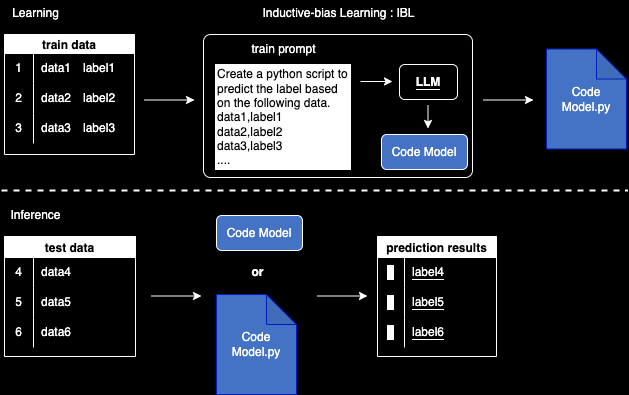
The draw.io diagram images/ibl.png in fuyu-quant/IBLM, before a commit. Source tidied: cells renumbered, new cells last; positions are measured from the earlier drawing's top-left corner, leaving out a move shared by most shapes.
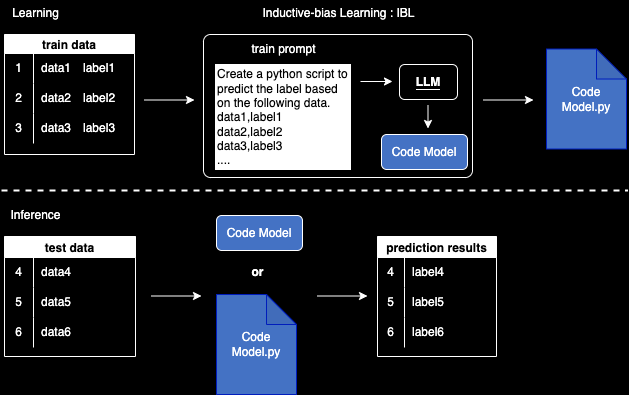
Later version of the same file.

What changed in the source:
```diff
@@ -86,31 +86,31 @@
     <mxCell id="27" value="prediction results" style="shape=table;startSize=21;rowLines=0;fontStyle=1;fontColor=#000000;labelBorderColor=none;labelBackgroundColor=none;strokeColor=#FFFFFF;" parent="1" vertex="1">
       <mxGeometry x="376" y="236" width="119" height="120" as="geometry" />
     </mxCell>
-    <mxCell id="28" style="shape=tableRow;horizontal=0;startSize=0;swimlaneHead=0;swimlaneBody=0;top=0;left=0;bottom=0;right=0;fillColor=none;strokeColor=#FFFFFF;fontColor=#FFFFFF;labelBorderColor=none;labelBackgroundColor=default;" parent="27" vertex="1">
+    <mxCell id="28" style="shape=tableRow;horizontal=0;startSize=0;swimlaneHead=0;swimlaneBody=0;top=0;left=0;bottom=0;right=0;fillColor=none;strokeColor=#FFFFFF;fontColor=#FFFFFF;labelBorderColor=none;labelBackgroundColor=none;" parent="27" vertex="1">
       <mxGeometry y="21" width="119" height="30" as="geometry" />
     </mxCell>
-    <mxCell id="29" value="&lt;font&gt;4&lt;/font&gt;" style="shape=partialRectangle;html=1;whiteSpace=wrap;fillColor=none;top=0;left=0;bottom=0;right=0;overflow=hidden;strokeColor=#FFFFFF;fontColor=#FFFFFF;labelBorderColor=none;labelBackgroundColor=default;" parent="28" vertex="1">
+    <mxCell id="29" value="&lt;font style=&quot;&quot;&gt;4&lt;/font&gt;" style="shape=partialRectangle;html=1;whiteSpace=wrap;fillColor=none;top=0;left=0;bottom=0;right=0;overflow=hidden;strokeColor=#FFFFFF;fontColor=#FFFFFF;labelBorderColor=none;labelBackgroundColor=none;" parent="28" vertex="1">
       <mxGeometry width="27" height="30" as="geometry" />
     </mxCell>
-    <mxCell id="30" value="&lt;font style=&quot;background-color: rgb(0, 0, 0);&quot;&gt;label4&lt;/font&gt;" style="shape=partialRectangle;html=1;whiteSpace=wrap;fillColor=none;top=0;left=0;bottom=0;right=0;align=left;spacingLeft=6;overflow=hidden;strokeColor=#FFFFFF;fontColor=#FFFFFF;labelBorderColor=none;labelBackgroundColor=default;" parent="28" vertex="1">
+    <mxCell id="30" value="&lt;font style=&quot;&quot;&gt;label4&lt;/font&gt;" style="shape=partialRectangle;html=1;whiteSpace=wrap;fillColor=none;top=0;left=0;bottom=0;right=0;align=left;spacingLeft=6;overflow=hidden;strokeColor=#FFFFFF;fontColor=#FFFFFF;labelBorderColor=none;labelBackgroundColor=none;" parent="28" vertex="1">
       <mxGeometry x="27" width="92" height="30" as="geometry" />
     </mxCell>
-    <mxCell id="31" style="shape=tableRow;horizontal=0;startSize=0;swimlaneHead=0;swimlaneBody=0;top=0;left=0;bottom=0;right=0;fillColor=none;strokeColor=#FFFFFF;fontColor=#FFFFFF;labelBorderColor=none;labelBackgroundColor=default;" parent="27" vertex="1">
+    <mxCell id="31" style="shape=tableRow;horizontal=0;startSize=0;swimlaneHead=0;swimlaneBody=0;top=0;left=0;bottom=0;right=0;fillColor=none;strokeColor=#FFFFFF;fontColor=#FFFFFF;labelBorderColor=none;labelBackgroundColor=none;" parent="27" vertex="1">
       <mxGeometry y="51" width="119" height="30" as="geometry" />
     </mxCell>
-    <mxCell id="32" value="&lt;font&gt;5&lt;/font&gt;" style="shape=partialRectangle;html=1;whiteSpace=wrap;fillColor=none;top=0;left=0;bottom=0;right=0;overflow=hidden;strokeColor=#FFFFFF;fontColor=#FFFFFF;labelBorderColor=none;labelBackgroundColor=default;" parent="31" vertex="1">
+    <mxCell id="32" value="&lt;font&gt;5&lt;/font&gt;" style="shape=partialRectangle;html=1;whiteSpace=wrap;fillColor=none;top=0;left=0;bottom=0;right=0;overflow=hidden;strokeColor=#FFFFFF;fontColor=#FFFFFF;labelBorderColor=none;labelBackgroundColor=none;" parent="31" vertex="1">
       <mxGeometry width="27" height="30" as="geometry" />
     </mxCell>
-    <mxCell id="33" value="&lt;font style=&quot;background-color: rgb(0, 0, 0);&quot;&gt;label5&lt;/font&gt;" style="shape=partialRectangle;html=1;whiteSpace=wrap;fillColor=none;top=0;left=0;bottom=0;right=0;align=left;spacingLeft=6;overflow=hidden;strokeColor=#FFFFFF;fontColor=#FFFFFF;labelBorderColor=none;labelBackgroundColor=default;" parent="31" vertex="1">
+    <mxCell id="33" value="&lt;font style=&quot;&quot;&gt;label5&lt;/font&gt;" style="shape=partialRectangle;html=1;whiteSpace=wrap;fillColor=none;top=0;left=0;bottom=0;right=0;align=left;spacingLeft=6;overflow=hidden;strokeColor=#FFFFFF;fontColor=#FFFFFF;labelBorderColor=none;labelBackgroundColor=none;" parent="31" vertex="1">
       <mxGeometry x="27" width="92" height="30" as="geometry" />
     </mxCell>
-    <mxCell id="34" style="shape=tableRow;horizontal=0;startSize=0;swimlaneHead=0;swimlaneBody=0;top=0;left=0;bottom=0;right=0;fillColor=none;strokeColor=#FFFFFF;fontColor=#FFFFFF;labelBorderColor=none;labelBackgroundColor=default;" parent="27" vertex="1">
+    <mxCell id="34" style="shape=tableRow;horizontal=0;startSize=0;swimlaneHead=0;swimlaneBody=0;top=0;left=0;bottom=0;right=0;fillColor=none;strokeColor=#FFFFFF;fontColor=#FFFFFF;labelBorderColor=none;labelBackgroundColor=none;" parent="27" vertex="1">
       <mxGeometry y="81" width="119" height="30" as="geometry" />
     </mxCell>
-    <mxCell id="35" value="&lt;font&gt;6&lt;/font&gt;" style="shape=partialRectangle;html=1;whiteSpace=wrap;fillColor=none;top=0;left=0;bottom=0;right=0;overflow=hidden;strokeColor=#FFFFFF;fontColor=#FFFFFF;labelBorderColor=none;labelBackgroundColor=default;" parent="34" vertex="1">
+    <mxCell id="35" value="&lt;font&gt;6&lt;/font&gt;" style="shape=partialRectangle;html=1;whiteSpace=wrap;fillColor=none;top=0;left=0;bottom=0;right=0;overflow=hidden;strokeColor=#FFFFFF;fontColor=#FFFFFF;labelBorderColor=none;labelBackgroundColor=none;" parent="34" vertex="1">
       <mxGeometry width="27" height="30" as="geometry" />
     </mxCell>
-    <mxCell id="36" value="&lt;font style=&quot;background-color: rgb(0, 0, 0);&quot;&gt;label6&lt;/font&gt;" style="shape=partialRectangle;html=1;whiteSpace=wrap;fillColor=none;top=0;left=0;bottom=0;right=0;align=left;spacingLeft=6;overflow=hidden;strokeColor=#FFFFFF;fontColor=#FFFFFF;labelBorderColor=none;labelBackgroundColor=default;" parent="34" vertex="1">
+    <mxCell id="36" value="&lt;font style=&quot;&quot;&gt;label6&lt;/font&gt;" style="shape=partialRectangle;html=1;whiteSpace=wrap;fillColor=none;top=0;left=0;bottom=0;right=0;align=left;spacingLeft=6;overflow=hidden;strokeColor=#FFFFFF;fontColor=#FFFFFF;labelBorderColor=none;labelBackgroundColor=none;" parent="34" vertex="1">
       <mxGeometry x="27" width="92" height="30" as="geometry" />
     </mxCell>
     <mxCell id="37" style="endArrow=classic;html=1;strokeColor=#FFFFFF;fontColor=#FFFFFF;labelBorderColor=none;labelBackgroundColor=default;" parent="1" edge="1">
```
